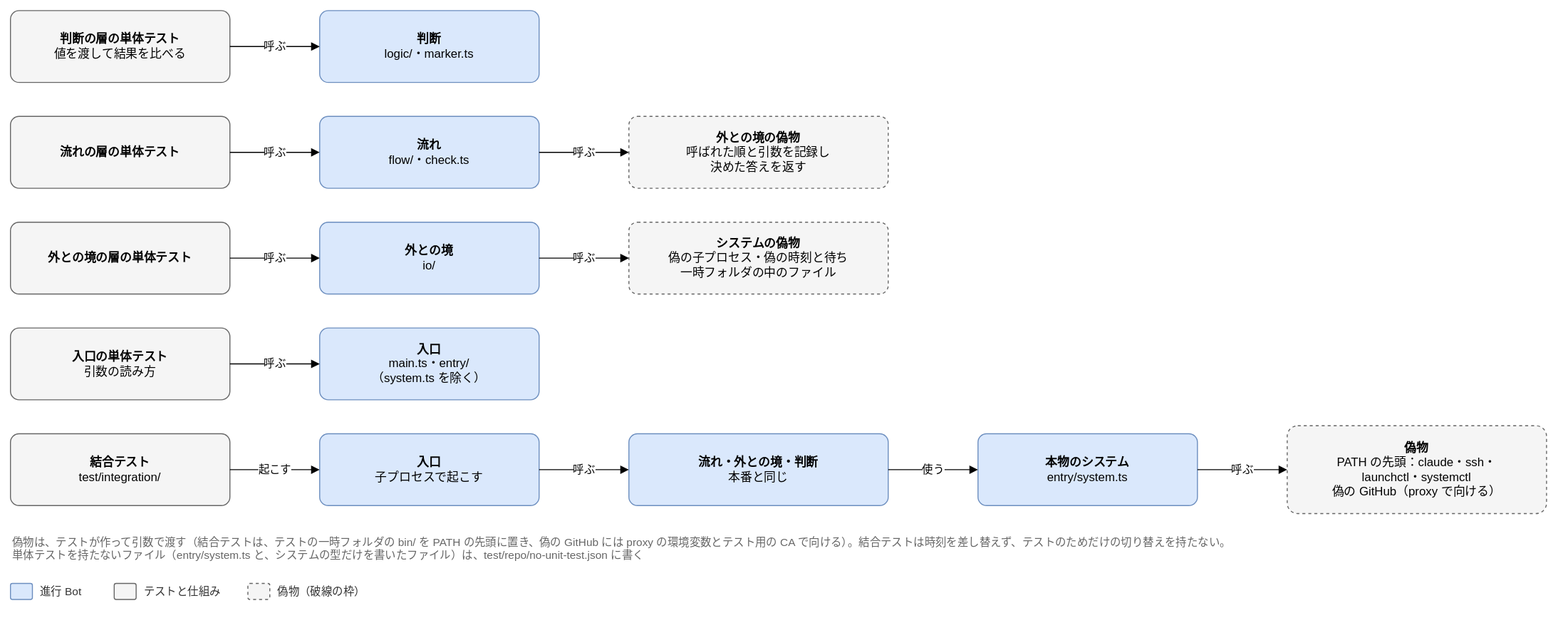
Above: docs/design/detailed/diagrams/00-tests.drawio.svg in Joymerrevent/dev-autopilot (draw.io), before the change. Source tidied: cells renumbered, new cells last; positions are measured from the earlier drawing's top-left corner, leaving out a move shared by most shapes.
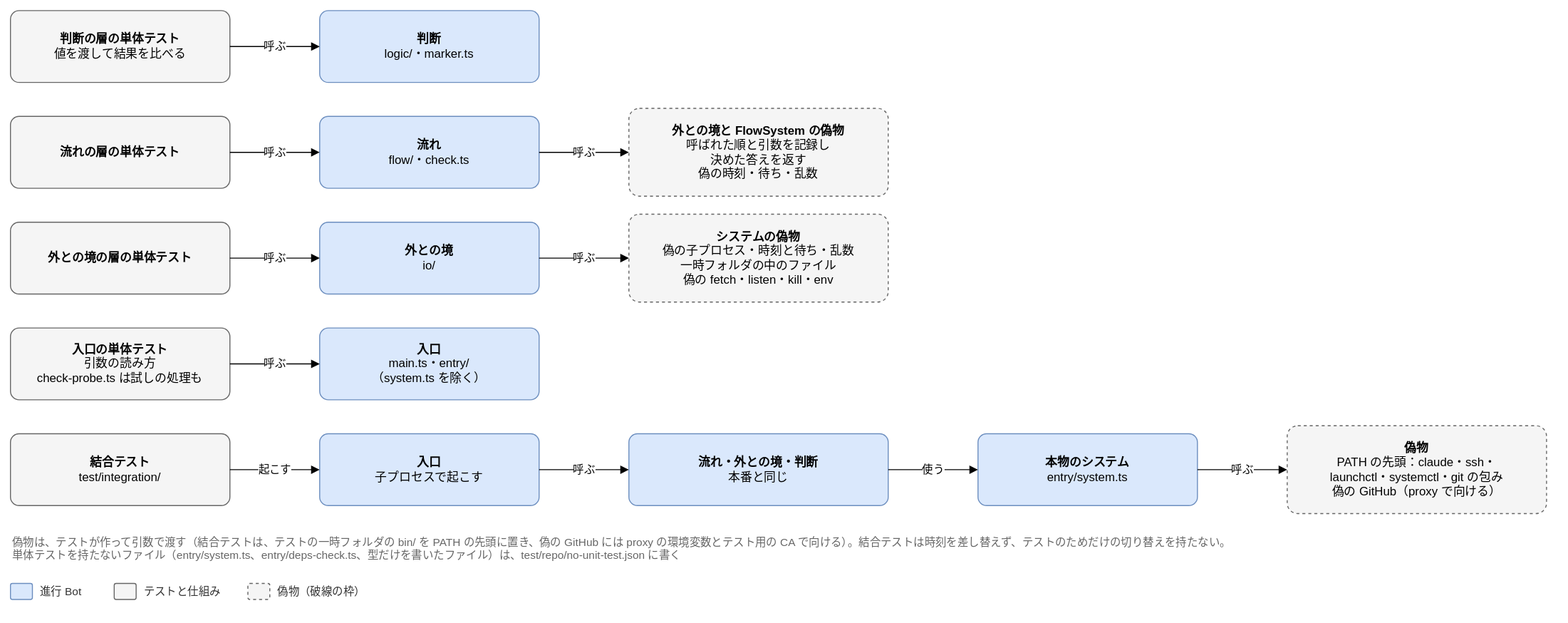
After the change.

The edit, as a diff of the source:
```diff
@@ -17,8 +17,8 @@
     <mxCell id="6" value="&lt;b&gt;流れ&lt;/b&gt;&lt;br&gt;flow/・check.ts" style="rounded=1;whiteSpace=wrap;html=1;fontSize=12;arcSize=12;spacing=12;fillColor=#dae8fc;strokeColor=#6c8ebf;" parent="1" vertex="1">
       <mxGeometry x="310" y="106" width="220" height="72" as="geometry" />
     </mxCell>
-    <mxCell id="7" value="&lt;b&gt;外との境の偽物&lt;/b&gt;&lt;br&gt;呼ばれた順と引数を記録し&lt;br&gt;決めた答えを返す" style="rounded=1;whiteSpace=wrap;html=1;fontSize=12;arcSize=12;spacing=12;fillColor=#f5f5f5;strokeColor=#666666;dashed=1;" parent="1" vertex="1">
-      <mxGeometry x="620" y="106" width="260" height="72" as="geometry" />
+    <mxCell id="7" value="&lt;b&gt;外との境と FlowSystem の偽物&lt;/b&gt;&lt;br&gt;呼ばれた順と引数を記録し&lt;br&gt;決めた答えを返す&lt;br&gt;偽の時刻・待ち・乱数" style="rounded=1;whiteSpace=wrap;html=1;fontSize=12;arcSize=12;spacing=12;fillColor=#f5f5f5;strokeColor=#666666;dashed=1;" parent="1" vertex="1">
+      <mxGeometry x="620" y="98" width="260" height="88" as="geometry" />
     </mxCell>
     <mxCell id="8" value="呼ぶ" style="edgeStyle=orthogonalEdgeStyle;rounded=1;html=1;endArrow=block;endFill=1;fontSize=11;labelBackgroundColor=#ffffff;exitX=1;exitY=0.5;exitDx=0;exitDy=0;entryX=0;entryY=0.5;entryDx=0;entryDy=0;" parent="1" edge="1" source="5" target="6">
       <mxGeometry relative="1" as="geometry" />
@@ -32,8 +32,8 @@
     <mxCell id="11" value="&lt;b&gt;外との境&lt;/b&gt;&lt;br&gt;io/" style="rounded=1;whiteSpace=wrap;html=1;fontSize=12;arcSize=12;spacing=12;fillColor=#dae8fc;strokeColor=#6c8ebf;" parent="1" vertex="1">
       <mxGeometry x="310" y="212" width="220" height="72" as="geometry" />
     </mxCell>
-    <mxCell id="12" value="&lt;b&gt;システムの偽物&lt;/b&gt;&lt;br&gt;偽の子プロセス・偽の時刻と待ち&lt;br&gt;一時フォルダの中のファイル" style="rounded=1;whiteSpace=wrap;html=1;fontSize=12;arcSize=12;spacing=12;fillColor=#f5f5f5;strokeColor=#666666;dashed=1;" parent="1" vertex="1">
-      <mxGeometry x="620" y="212" width="260" height="72" as="geometry" />
+    <mxCell id="12" value="&lt;b&gt;システムの偽物&lt;/b&gt;&lt;br&gt;偽の子プロセス・時刻と待ち・乱数&lt;br&gt;一時フォルダの中のファイル&lt;br&gt;偽の fetch・listen・kill・env" style="rounded=1;whiteSpace=wrap;html=1;fontSize=12;arcSize=12;spacing=12;fillColor=#f5f5f5;strokeColor=#666666;dashed=1;" parent="1" vertex="1">
+      <mxGeometry x="620" y="204" width="260" height="88" as="geometry" />
     </mxCell>
     <mxCell id="13" value="呼ぶ" style="edgeStyle=orthogonalEdgeStyle;rounded=1;html=1;endArrow=block;endFill=1;fontSize=11;labelBackgroundColor=#ffffff;exitX=1;exitY=0.5;exitDx=0;exitDy=0;entryX=0;entryY=0.5;entryDx=0;entryDy=0;" parent="1" edge="1" source="10" target="11">
       <mxGeometry relative="1" as="geometry" />
@@ -41,7 +41,7 @@
     <mxCell id="14" value="呼ぶ" style="edgeStyle=orthogonalEdgeStyle;rounded=1;html=1;endArrow=block;endFill=1;fontSize=11;labelBackgroundColor=#ffffff;exitX=1;exitY=0.5;exitDx=0;exitDy=0;entryX=0;entryY=0.5;entryDx=0;entryDy=0;" parent="1" edge="1" source="11" target="12">
       <mxGeometry relative="1" as="geometry" />
     </mxCell>
-    <mxCell id="15" value="&lt;b&gt;入口の単体テスト&lt;/b&gt;&lt;br&gt;引数の読み方" style="rounded=1;whiteSpace=wrap;html=1;fontSize=12;arcSize=12;spacing=12;fillColor=#f5f5f5;strokeColor=#666666;" parent="1" vertex="1">
+    <mxCell id="15" value="&lt;b&gt;入口の単体テスト&lt;/b&gt;&lt;br&gt;引数の読み方&lt;br&gt;check-probe.ts は試しの処理も" style="rounded=1;whiteSpace=wrap;html=1;fontSize=12;arcSize=12;spacing=12;fillColor=#f5f5f5;strokeColor=#666666;" parent="1" vertex="1">
       <mxGeometry y="318" width="220" height="72" as="geometry" />
     </mxCell>
     <mxCell id="16" value="&lt;b&gt;入口&lt;/b&gt;&lt;br&gt;main.ts・entry/&lt;br&gt;（system.ts を除く）" style="rounded=1;whiteSpace=wrap;html=1;fontSize=12;arcSize=12;spacing=12;fillColor=#dae8fc;strokeColor=#6c8ebf;" parent="1" vertex="1">
@@ -62,7 +62,7 @@
     <mxCell id="21" value="&lt;b&gt;本物のシステム&lt;/b&gt;&lt;br&gt;entry/system.ts" style="rounded=1;whiteSpace=wrap;html=1;fontSize=12;arcSize=12;spacing=12;fillColor=#dae8fc;strokeColor=#6c8ebf;" parent="1" vertex="1">
       <mxGeometry x="970" y="424" width="220" height="72" as="geometry" />
     </mxCell>
-    <mxCell id="22" value="&lt;b&gt;偽物&lt;/b&gt;&lt;br&gt;PATH の先頭：claude・ssh・&lt;br&gt;launchctl・systemctl&lt;br&gt;偽の GitHub（proxy で向ける）" style="rounded=1;whiteSpace=wrap;html=1;fontSize=12;arcSize=12;spacing=12;fillColor=#f5f5f5;strokeColor=#666666;dashed=1;" parent="1" vertex="1">
+    <mxCell id="22" value="&lt;b&gt;偽物&lt;/b&gt;&lt;br&gt;PATH の先頭：claude・ssh・&lt;br&gt;launchctl・systemctl・git の包み&lt;br&gt;偽の GitHub（proxy で向ける）" style="rounded=1;whiteSpace=wrap;html=1;fontSize=12;arcSize=12;spacing=12;fillColor=#f5f5f5;strokeColor=#666666;dashed=1;" parent="1" vertex="1">
       <mxGeometry x="1280" y="416" width="260" height="88" as="geometry" />
     </mxCell>
     <mxCell id="23" value="起こす" style="edgeStyle=orthogonalEdgeStyle;rounded=1;html=1;endArrow=block;endFill=1;fontSize=11;labelBackgroundColor=#ffffff;exitX=1;exitY=0.5;exitDx=0;exitDy=0;entryX=0;entryY=0.5;entryDx=0;entryDy=0;" parent="1" edge="1" source="18" target="19">
@@ -77,7 +77,7 @@
     <mxCell id="26" value="呼ぶ" style="edgeStyle=orthogonalEdgeStyle;rounded=1;html=1;endArrow=block;endFill=1;fontSize=11;labelBackgroundColor=#ffffff;exitX=1;exitY=0.5;exitDx=0;exitDy=0;entryX=0;entryY=0.5;entryDx=0;entryDy=0;" parent="1" edge="1" source="21" target="22">
       <mxGeometry relative="1" as="geometry" />
     </mxCell>
-    <mxCell id="27" value="偽物は、テストが作って引数で渡す（結合テストは、テストの一時フォルダの bin/ を PATH の先頭に置き、偽の GitHub には proxy の環境変数とテスト用の CA で向ける）。結合テストは時刻を差し替えず、テストのためだけの切り替えを持たない。&lt;br&gt;単体テストを持たないファイル（entry/system.ts と、システムの型だけを書いたファイル）は、test/repo/no-unit-test.json に書く" style="text;html=1;whiteSpace=wrap;align=left;verticalAlign=top;fontSize=11;fontColor=#666666;" parent="1" vertex="1">
+    <mxCell id="27" value="偽物は、テストが作って引数で渡す（結合テストは、テストの一時フォルダの bin/ を PATH の先頭に置き、偽の GitHub には proxy の環境変数とテスト用の CA で向ける）。結合テストは時刻を差し替えず、テストのためだけの切り替えを持たない。&lt;br&gt;単体テストを持たないファイル（entry/system.ts、entry/deps-check.ts、型だけを書いたファイル）は、test/repo/no-unit-test.json に書く" style="text;html=1;whiteSpace=wrap;align=left;verticalAlign=top;fontSize=11;fontColor=#666666;" parent="1" vertex="1">
       <mxGeometry y="520" width="1540" height="40" as="geometry" />
     </mxCell>
     <mxCell id="28" style="rounded=1;whiteSpace=wrap;html=1;fontSize=12;arcSize=12;spacing=12;fillColor=#dae8fc;strokeColor=#6c8ebf;" parent="1" vertex="1">
```
